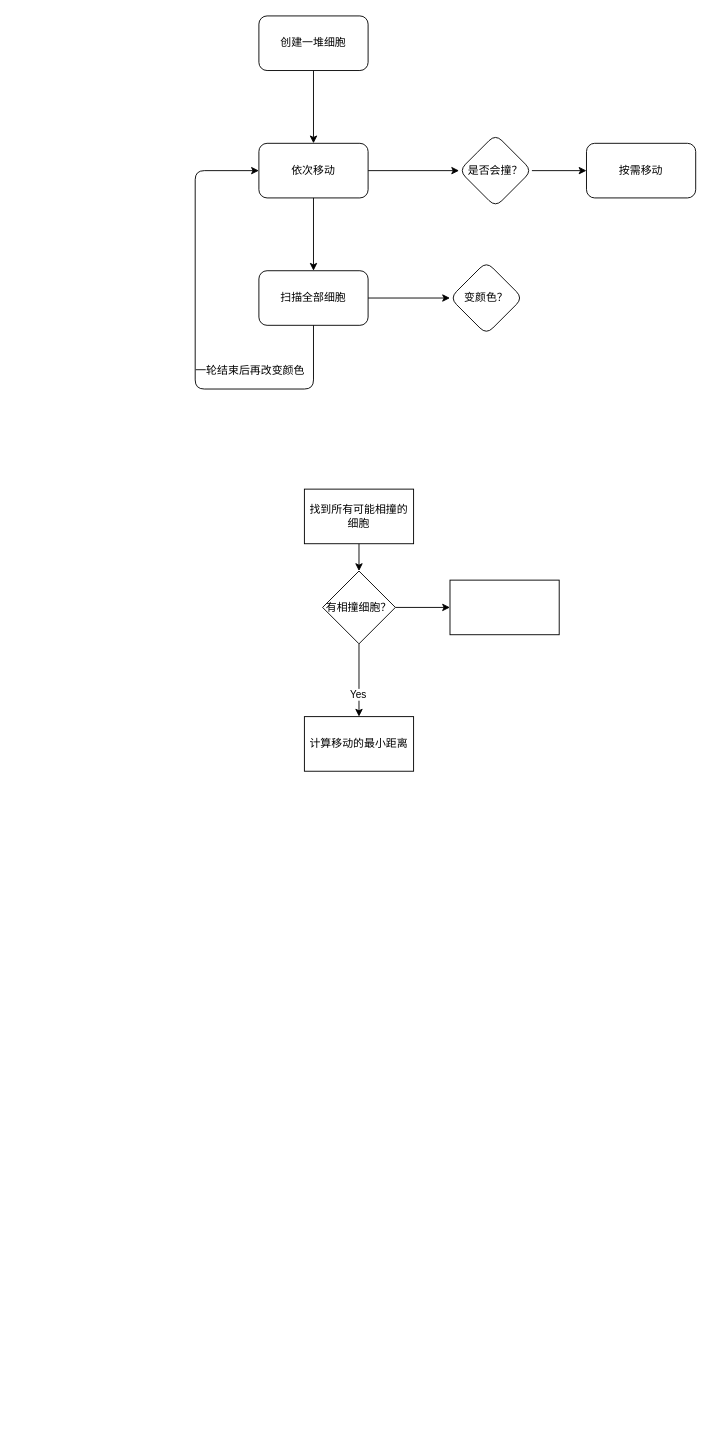
This is 逻辑.drawio from Smangic/DSAA-B-Final-Project, a draw.io file, before an edit. Source tidied: cells renumbered, new cells numbered last; positions are measured from the earlier drawing's top-left corner, leaving out a move shared by most shapes. Both pictures are drawn from the tidied source at 91%, with x=0, y=0 at pixel (186, 15).
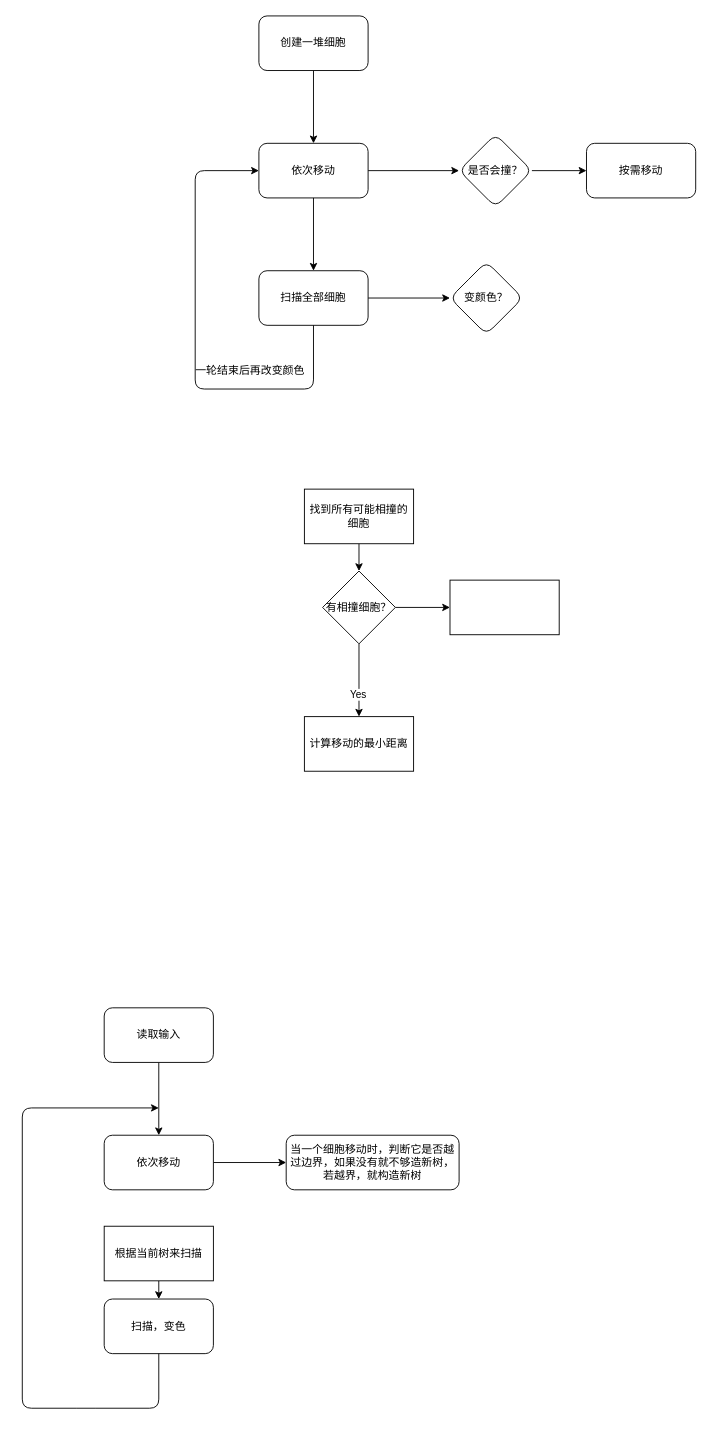
After the change.

Diff of the diagram source:
```diff
@@
+    <mxCell id="23" style="edgeStyle=none;html=1;" parent="1" edge="1" source="24" target="26">
+      <mxGeometry relative="1" as="geometry" />
+    </mxCell>
+    <mxCell id="24" value="读取输入" style="rounded=1;whiteSpace=wrap;html=1;" parent="1" vertex="1">
+      <mxGeometry x="-90" y="1090" width="120" height="60" as="geometry" />
+    </mxCell>
+    <mxCell id="25" style="edgeStyle=none;html=1;" parent="1" edge="1" source="26" target="29">
+      <mxGeometry relative="1" as="geometry" />
+    </mxCell>
+    <mxCell id="26" value="依次移动" style="whiteSpace=wrap;html=1;rounded=1;" parent="1" vertex="1">
+      <mxGeometry x="-90" y="1230" width="120" height="60" as="geometry" />
+    </mxCell>
+    <mxCell id="27" value="扫描，变色" style="whiteSpace=wrap;html=1;rounded=1;" parent="1" vertex="1">
+      <mxGeometry x="-90" y="1410" width="120" height="60" as="geometry" />
+    </mxCell>
+    <mxCell id="28" style="endArrow=classic;html=1;exitX=0.5;exitY=1;exitDx=0;exitDy=0;" parent="1" edge="1" source="27">
+      <mxGeometry relative="1" as="geometry">
+        <mxPoint x="-30" y="1200" as="targetPoint" />
+        <Array as="points">
+          <mxPoint x="-30" y="1530" />
+          <mxPoint x="-110" y="1530" />
+          <mxPoint x="-180" y="1530" />
+          <mxPoint x="-180" y="1200" />
+        </Array>
+      </mxGeometry>
+    </mxCell>
+    <mxCell id="29" value="当一个细胞移动时，判断它是否越过边界，如果没有就不够造新树，若越界，就构造新树" style="whiteSpace=wrap;html=1;rounded=1;" parent="1" vertex="1">
+      <mxGeometry x="110" y="1230" width="190" height="60" as="geometry" />
+    </mxCell>
+    <mxCell id="30" style="edgeStyle=none;html=1;exitX=0.5;exitY=1;exitDx=0;exitDy=0;entryX=0.5;entryY=0;entryDx=0;entryDy=0;" parent="1" edge="1" source="31" target="27">
+      <mxGeometry relative="1" as="geometry" />
+    </mxCell>
+    <mxCell id="31" value="根据当前树来扫描" style="whiteSpace=wrap;html=1;" parent="1" vertex="1">
+      <mxGeometry x="-90" y="1330" width="120" height="60" as="geometry" />
+    </mxCell>
```
